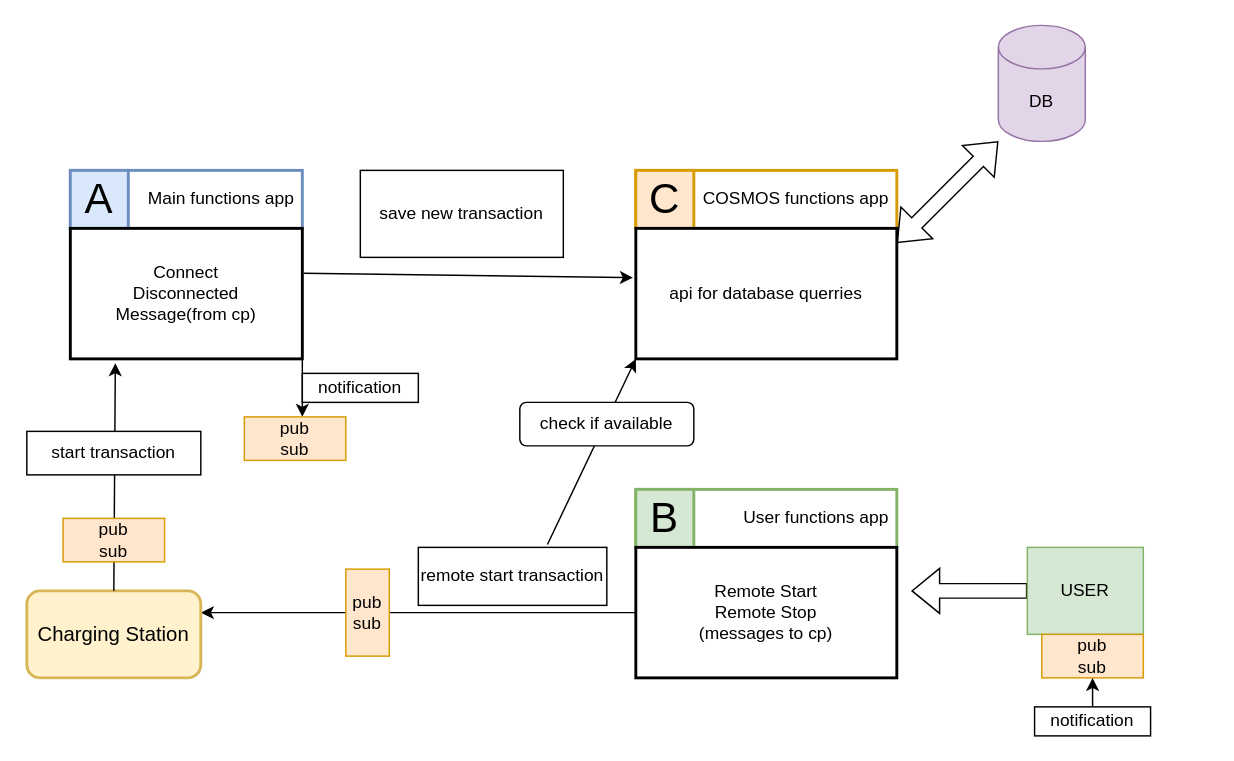
This is 3apps.drawio from stefanszeke/diargrams_io, a draw.io file, before an edit. Source tidied: cells renumbered, new cells numbered last; positions are measured from the earlier drawing's top-left corner, leaving out a move shared by most shapes. Both pictures are drawn from the tidied source at 145%, with x=0, y=0 at pixel (26, 25).
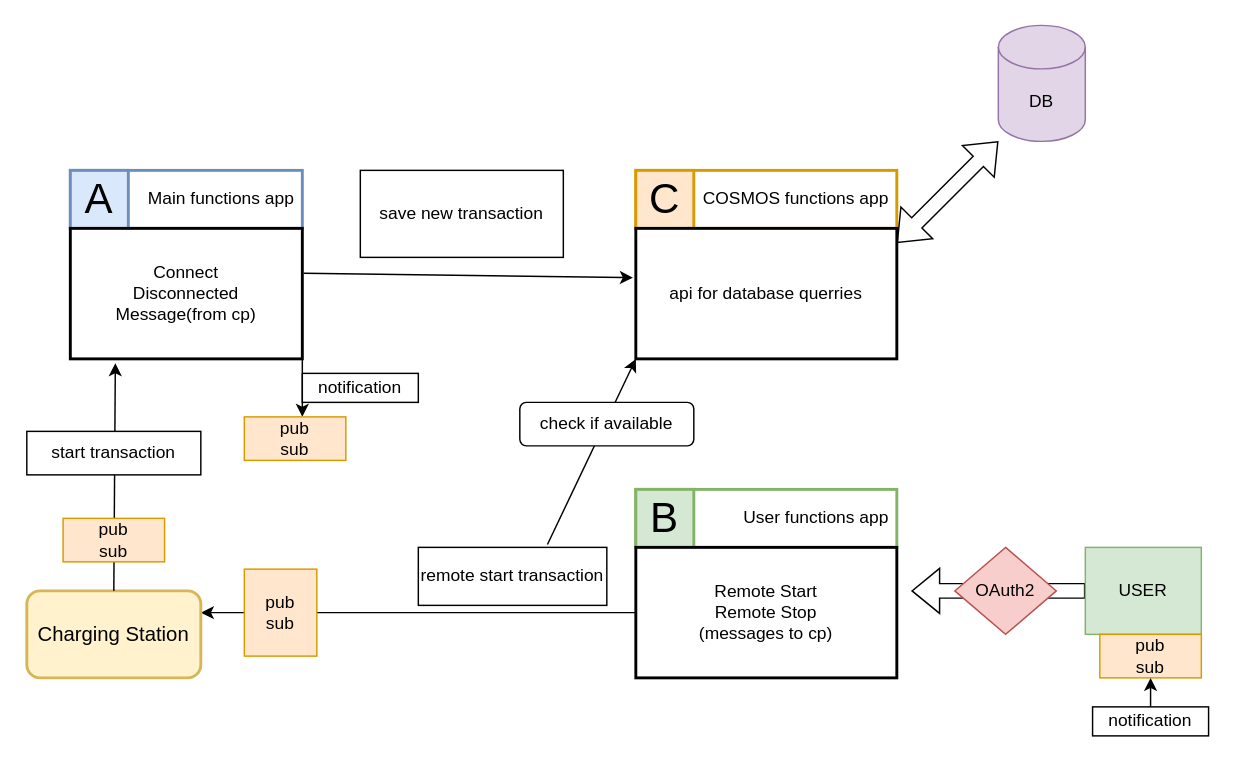
After the change.

What changed in the source:
```diff
@@
     <mxCell id="23" style="shape=flexArrow;endArrow=classic;html=1;rounded=0;" parent="1" edge="1" target="24">
       <mxGeometry relative="1" as="geometry">
-        <mxPoint x="760" y="390" as="sourcePoint" />
+        <mxPoint x="800" y="390" as="sourcePoint" />
       </mxGeometry>
     </mxCell>
     <mxCell id="24" value="USER" style="rounded=0;whiteSpace=wrap;html=1;fillColor=#d5e8d4;strokeColor=#82b366;" parent="1" vertex="1">
-      <mxGeometry x="690" y="360" width="80" height="60" as="geometry" />
+      <mxGeometry x="730" y="360" width="80" height="60" as="geometry" />
     </mxCell>
     <mxCell id="25" value="pub&lt;br&gt;sub" style="rounded=0;whiteSpace=wrap;html=1;fillColor=#ffe6cc;strokeColor=#d79b00;" parent="1" vertex="1">
-      <mxGeometry x="220" y="375" width="30" height="60" as="geometry" />
+      <mxGeometry x="150" y="375" width="50" height="60" as="geometry" />
     </mxCell>
@@
     <mxCell id="30" value="pub&lt;br&gt;sub" style="rounded=0;whiteSpace=wrap;html=1;fillColor=#ffe6cc;strokeColor=#d79b00;" parent="1" vertex="1">
-      <mxGeometry x="700" y="420" width="70" height="30" as="geometry" />
+      <mxGeometry x="740" y="420" width="70" height="30" as="geometry" />
     </mxCell>
@@
     <mxCell id="32" value="notification" style="rounded=0;whiteSpace=wrap;html=1;" parent="1" vertex="1">
-      <mxGeometry x="695" y="470" width="80" height="20" as="geometry" />
+      <mxGeometry x="735" y="470" width="80" height="20" as="geometry" />
     </mxCell>
+    <mxCell id="33" value="OAuth2" style="rhombus;whiteSpace=wrap;html=1;fillColor=#f8cecc;strokeColor=#b85450;" parent="1" vertex="1">
+      <mxGeometry x="640" y="360" width="70" height="60" as="geometry" />
+    </mxCell>
```
